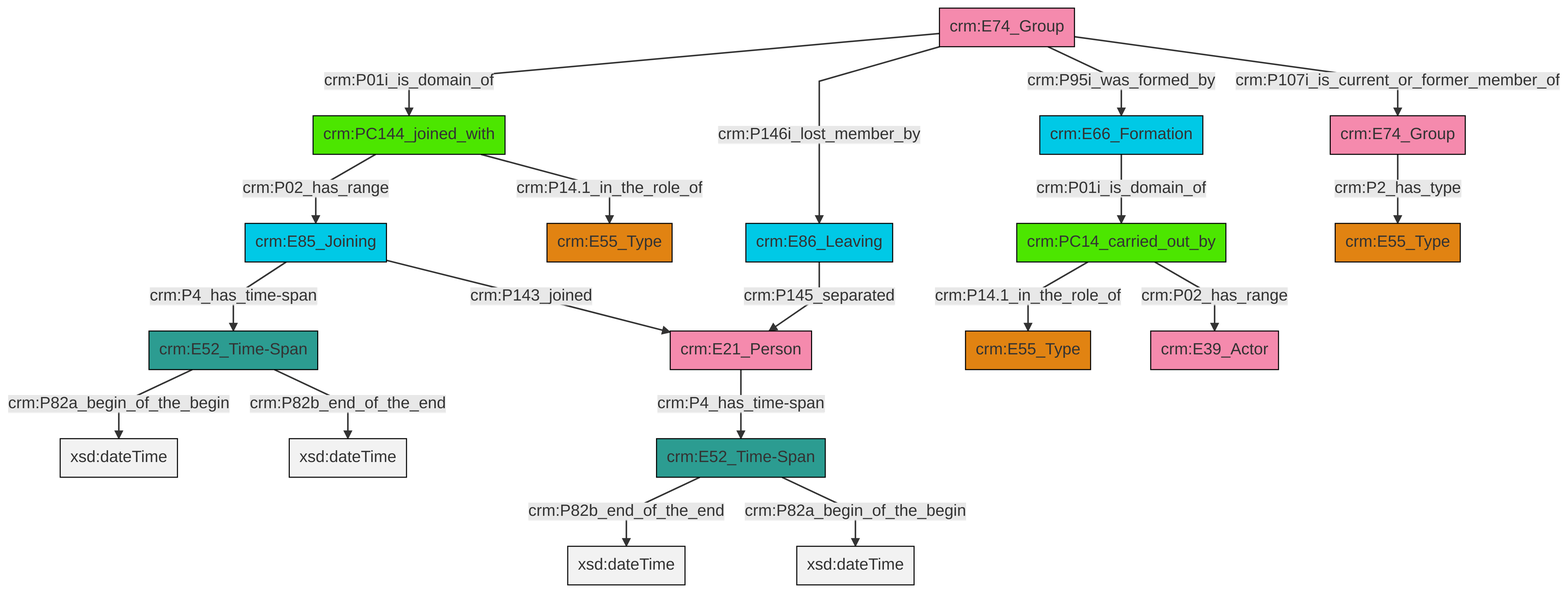
Above: et/groupCSV/ttl/mmd/png/group_actor_relations.png in swiss-art-research-net/reference-data-models (Mermaid), before the change. Its source is kept beside it as et/groupCSV/ttl/mmd/group_actor_relations.ttl.mmd.
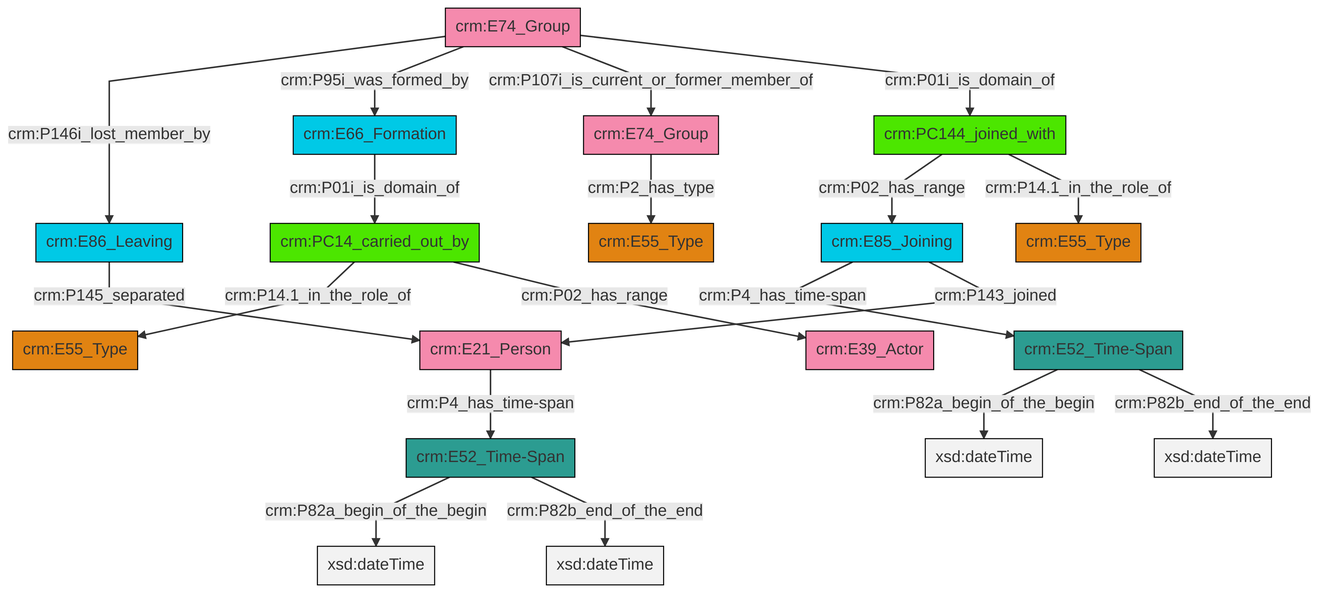
Later version of the same file.

The edit, as a diff of the source:
```diff
@@ -14,20 +14,20 @@
 classDef Multi fill:#cccccc,stroke:#000000;
 
 0["crm:E74_Group"]:::Actor -->|crm:P2_has_type| 1["crm:E55_Type"]:::Type
-4["crm:E74_Group"]:::Actor -->|crm:P01i_is_domain_of| 5["crm:PC144_joined_with"]:::PC_Classes
-6["crm:E52_Time-Span"]:::Time-Span -->|crm:P82a_begin_of_the_begin| 7[xsd:dateTime]:::Literal
-2["crm:PC14_carried_out_by"]:::PC_Classes -->|crm:P14.1_in_the_role_of| 8["crm:E55_Type"]:::Type
-4["crm:E74_Group"]:::Actor -->|crm:P146i_lost_member_by| 9["crm:E86_Leaving"]:::Temporal_Entity
-4["crm:E74_Group"]:::Actor -->|crm:P95i_was_formed_by| 11["crm:E66_Formation"]:::Temporal_Entity
-14["crm:E21_Person"]:::Actor -->|crm:P4_has_time-span| 16["crm:E52_Time-Span"]:::Time-Span
-17["crm:E85_Joining"]:::Temporal_Entity -->|crm:P4_has_time-span| 6["crm:E52_Time-Span"]:::Time-Span
-11["crm:E66_Formation"]:::Temporal_Entity -->|crm:P01i_is_domain_of| 2["crm:PC14_carried_out_by"]:::PC_Classes
-9["crm:E86_Leaving"]:::Temporal_Entity -->|crm:P145_separated| 14["crm:E21_Person"]:::Actor
-17["crm:E85_Joining"]:::Temporal_Entity -->|crm:P143_joined| 14["crm:E21_Person"]:::Actor
-5["crm:PC144_joined_with"]:::PC_Classes -->|crm:P02_has_range| 17["crm:E85_Joining"]:::Temporal_Entity
-4["crm:E74_Group"]:::Actor -->|crm:P107i_is_current_or_former_member_of| 0["crm:E74_Group"]:::Actor
-6["crm:E52_Time-Span"]:::Time-Span -->|crm:P82b_end_of_the_end| 26[xsd:dateTime]:::Literal
-16["crm:E52_Time-Span"]:::Time-Span -->|crm:P82b_end_of_the_end| 28[xsd:dateTime]:::Literal
-5["crm:PC144_joined_with"]:::PC_Classes -->|crm:P14.1_in_the_role_of| 22["crm:E55_Type"]:::Type
-16["crm:E52_Time-Span"]:::Time-Span -->|crm:P82a_begin_of_the_begin| 31[xsd:dateTime]:::Literal
-2["crm:PC14_carried_out_by"]:::PC_Classes -->|crm:P02_has_range| 33["crm:E39_Actor"]:::Actor
+2["crm:E52_Time-Span"]:::Time-Span -->|crm:P82a_begin_of_the_begin| 3[xsd:dateTime]:::Literal
+2["crm:E52_Time-Span"]:::Time-Span -->|crm:P82b_end_of_the_end| 10[xsd:dateTime]:::Literal
+11["crm:PC144_joined_with"]:::PC_Classes -->|crm:P02_has_range| 12["crm:E85_Joining"]:::Temporal_Entity
+13["crm:E74_Group"]:::Actor -->|crm:P146i_lost_member_by| 4["crm:E86_Leaving"]:::Temporal_Entity
+4["crm:E86_Leaving"]:::Temporal_Entity -->|crm:P145_separated| 15["crm:E21_Person"]:::Actor
+12["crm:E85_Joining"]:::Temporal_Entity -->|crm:P4_has_time-span| 2["crm:E52_Time-Span"]:::Time-Span
+8["crm:E52_Time-Span"]:::Time-Span -->|crm:P82a_begin_of_the_begin| 20[xsd:dateTime]:::Literal
+21["crm:PC14_carried_out_by"]:::PC_Classes -->|crm:P14.1_in_the_role_of| 6["crm:E55_Type"]:::Type
+8["crm:E52_Time-Span"]:::Time-Span -->|crm:P82b_end_of_the_end| 22[xsd:dateTime]:::Literal
+11["crm:PC144_joined_with"]:::PC_Classes -->|crm:P14.1_in_the_role_of| 24["crm:E55_Type"]:::Type
+13["crm:E74_Group"]:::Actor -->|crm:P95i_was_formed_by| 28["crm:E66_Formation"]:::Temporal_Entity
+28["crm:E66_Formation"]:::Temporal_Entity -->|crm:P01i_is_domain_of| 21["crm:PC14_carried_out_by"]:::PC_Classes
+15["crm:E21_Person"]:::Actor -->|crm:P4_has_time-span| 8["crm:E52_Time-Span"]:::Time-Span
+21["crm:PC14_carried_out_by"]:::PC_Classes -->|crm:P02_has_range| 16["crm:E39_Actor"]:::Actor
+13["crm:E74_Group"]:::Actor -->|crm:P107i_is_current_or_former_member_of| 0["crm:E74_Group"]:::Actor
+12["crm:E85_Joining"]:::Temporal_Entity -->|crm:P143_joined| 15["crm:E21_Person"]:::Actor
+13["crm:E74_Group"]:::Actor -->|crm:P01i_is_domain_of| 11["crm:PC144_joined_with"]:::PC_Classes
```
